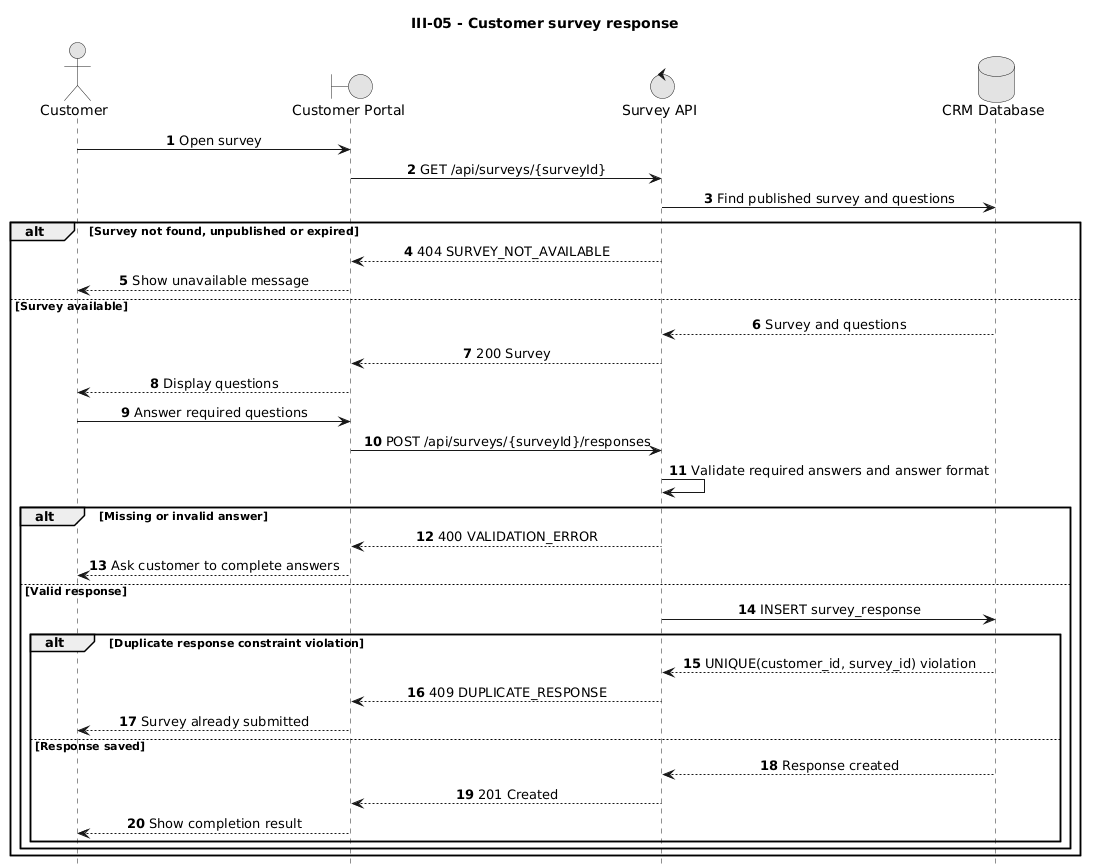
The PlantUML diagram docs/diagrams/customer/III-05-survey-response.png in duygri/do-an-htttdn-crm, before a commit. Source of this version:
```plantuml
@startuml
title III-05 - Customer survey response

autonumber
hide footbox
skinparam monochrome true
skinparam sequenceMessageAlign center
skinparam responseMessageBelowArrow true

actor Customer
boundary "Customer Portal" as Web
control "Survey API" as API
database "CRM Database" as DB

Customer -> Web: Open survey
Web -> API: GET /api/surveys/{surveyId}
API -> DB: Find published survey and questions

alt Survey not found, unpublished or expired
    API --> Web: 404 SURVEY_NOT_AVAILABLE
    Web --> Customer: Show unavailable message
else Survey available
    DB --> API: Survey and questions
    API --> Web: 200 Survey
    Web --> Customer: Display questions
    Customer -> Web: Answer required questions
    Web -> API: POST /api/surveys/{surveyId}/responses
    API -> API: Validate required answers and answer format

    alt Missing or invalid answer
        API --> Web: 400 VALIDATION_ERROR
        Web --> Customer: Ask customer to complete answers
    else Valid response
        API -> DB: INSERT survey_response

        alt Duplicate response constraint violation
            DB --> API: UNIQUE(customer_id, survey_id) violation
            API --> Web: 409 DUPLICATE_RESPONSE
            Web --> Customer: Survey already submitted
        else Response saved
            DB --> API: Response created
            API --> Web: 201 Created
            Web --> Customer: Show completion result
        end
    end
end

@enduml
```
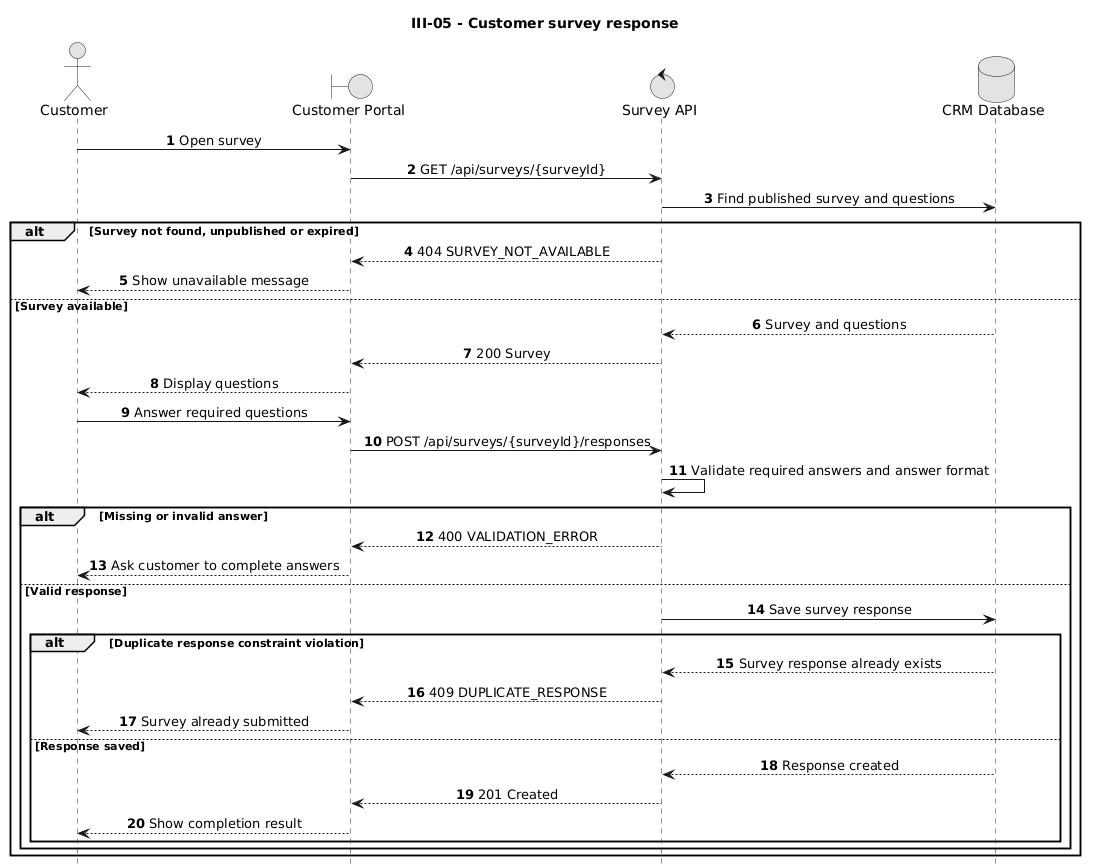
Above is the later version.

The edit, as a diff of the source:
```diff
@@ -31,10 +31,10 @@
         API --> Web: 400 VALIDATION_ERROR
         Web --> Customer: Ask customer to complete answers
     else Valid response
-        API -> DB: INSERT survey_response
+        API -> DB: Save survey response
 
         alt Duplicate response constraint violation
-            DB --> API: UNIQUE(customer_id, survey_id) violation
+            DB --> API: Survey response already exists
             API --> Web: 409 DUPLICATE_RESPONSE
             Web --> Customer: Survey already submitted
         else Response saved
```
